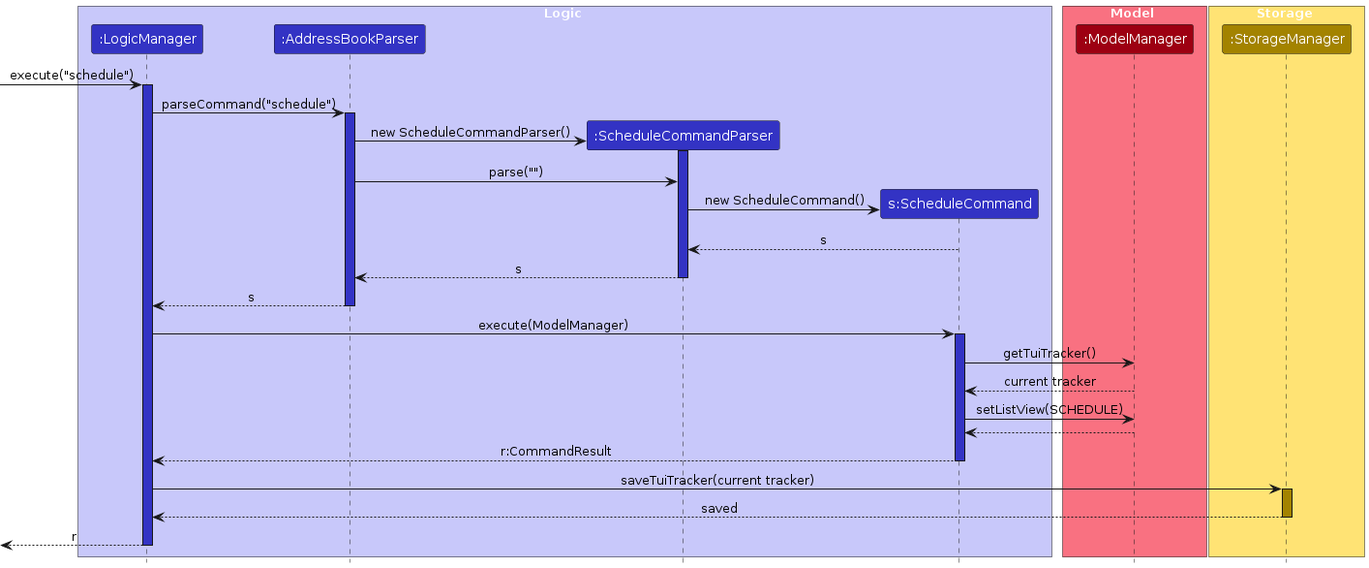
Earlier version of the PlantUML export diagrams/ScheduleCommandSequenceDiagram.png (AY2627S1-CS2103T-T13-2/tp). Its source is kept beside it as diagrams/ScheduleCommandSequenceDiagram.puml.
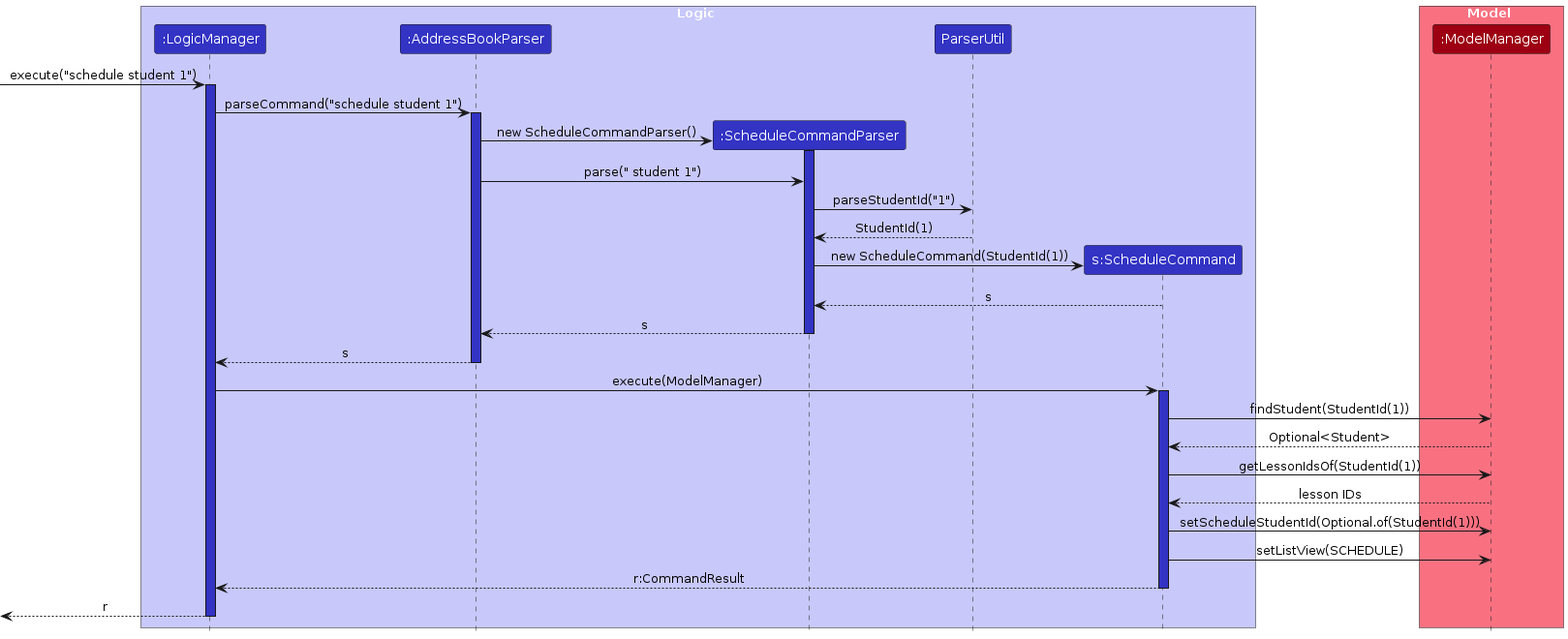
Above is the later version.

The edit, as a diff of the source:
```diff
@@ -6,6 +6,7 @@
 participant ":LogicManager" as LogicManager LOGIC_COLOR
 participant ":AddressBookParser" as AddressBookParser LOGIC_COLOR
 participant ":ScheduleCommandParser" as ScheduleCommandParser LOGIC_COLOR
+participant "ParserUtil" as ParserUtil LOGIC_COLOR
 participant "s:ScheduleCommand" as ScheduleCommand LOGIC_COLOR
 end box
 
@@ -13,21 +14,19 @@
 participant ":ModelManager" as ModelManager MODEL_COLOR
 end box
 
-box Storage STORAGE_COLOR_T1
-participant ":StorageManager" as StorageManager STORAGE_COLOR
-end box
-
-[-> LogicManager : execute("schedule")
+[-> LogicManager : execute("schedule student 1")
 activate LogicManager LOGIC_COLOR
 
-LogicManager -> AddressBookParser : parseCommand("schedule")
+LogicManager -> AddressBookParser : parseCommand("schedule student 1")
 activate AddressBookParser LOGIC_COLOR
 create ScheduleCommandParser
 AddressBookParser -> ScheduleCommandParser : new ScheduleCommandParser()
 activate ScheduleCommandParser LOGIC_COLOR
-AddressBookParser -> ScheduleCommandParser : parse("")
+AddressBookParser -> ScheduleCommandParser : parse(" student 1")
+ScheduleCommandParser -> ParserUtil : parseStudentId("1")
+ParserUtil --> ScheduleCommandParser : StudentId(1)
 create ScheduleCommand
-ScheduleCommandParser -> ScheduleCommand : new ScheduleCommand()
+ScheduleCommandParser -> ScheduleCommand : new ScheduleCommand(StudentId(1))
 ScheduleCommand --> ScheduleCommandParser : s
 ScheduleCommandParser --> AddressBookParser : s
 deactivate ScheduleCommandParser
@@ -36,17 +35,15 @@
 
 LogicManager -> ScheduleCommand : execute(ModelManager)
 activate ScheduleCommand LOGIC_COLOR
-ScheduleCommand -> ModelManager : getTuiTracker()
-ModelManager --> ScheduleCommand : current tracker
+ScheduleCommand -> ModelManager : findStudent(StudentId(1))
+ModelManager --> ScheduleCommand : Optional<Student>
+ScheduleCommand -> ModelManager : getLessonIdsOf(StudentId(1))
+ModelManager --> ScheduleCommand : lesson IDs
+ScheduleCommand -> ModelManager : setScheduleStudentId(Optional.of(StudentId(1)))
 ScheduleCommand -> ModelManager : setListView(SCHEDULE)
-ModelManager --> ScheduleCommand
 ScheduleCommand --> LogicManager : r:CommandResult
 deactivate ScheduleCommand
 
-LogicManager -> StorageManager : saveTuiTracker(current tracker)
-activate StorageManager STORAGE_COLOR
-StorageManager --> LogicManager : saved
-deactivate StorageManager
 [<-- LogicManager : r
 deactivate LogicManager
 
```
